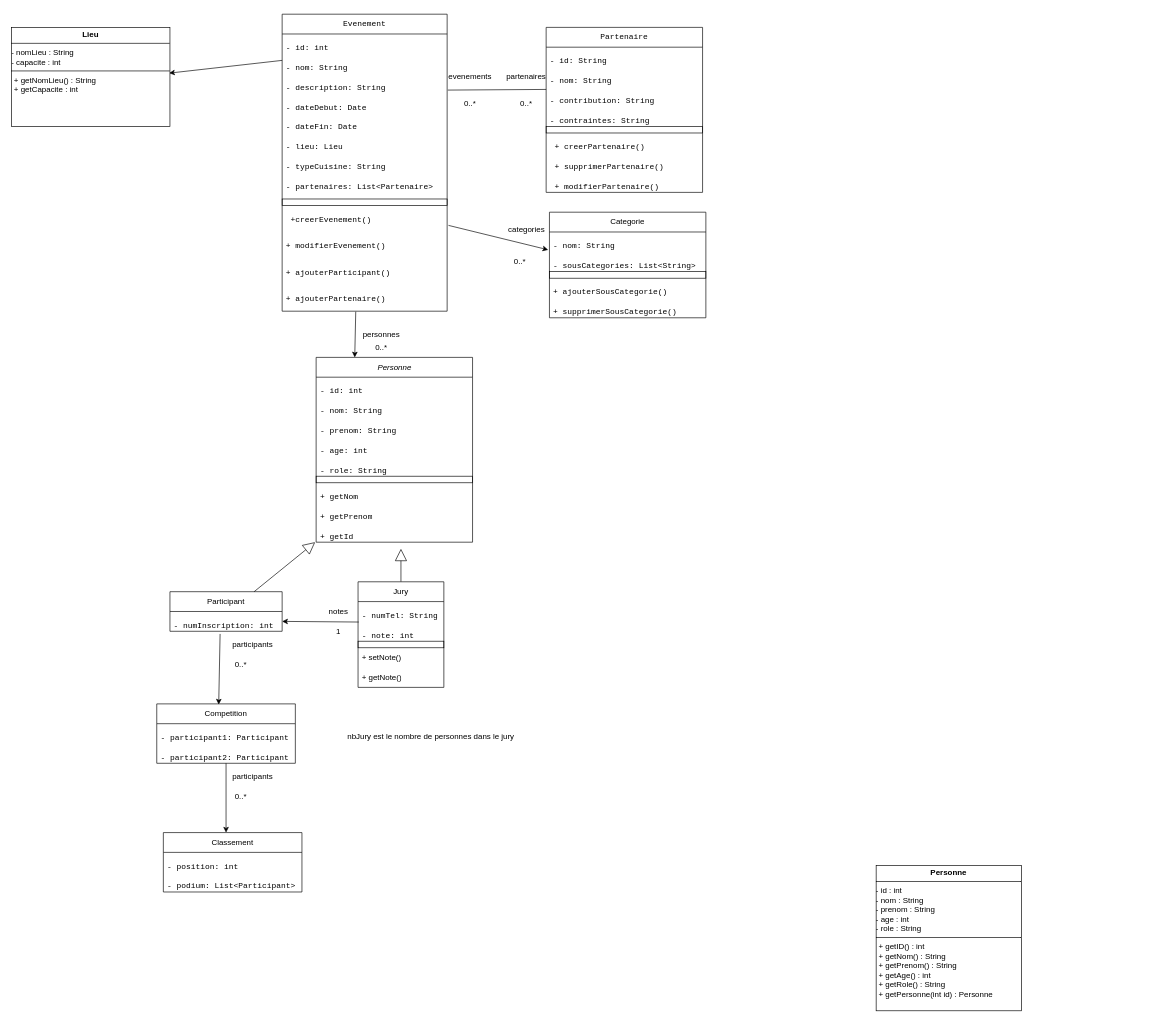
Before: Conception/diagramme de classe méthodes.drawio in CSliveR/Chief-s-Arena, a draw.io diagram. Source tidied: cells renumbered, new cells numbered last; positions are measured from the earlier drawing's top-left corner, leaving out a move shared by most shapes. Both pictures are drawn from the tidied source at 66%, with x=0, y=0 at pixel (11, 14).
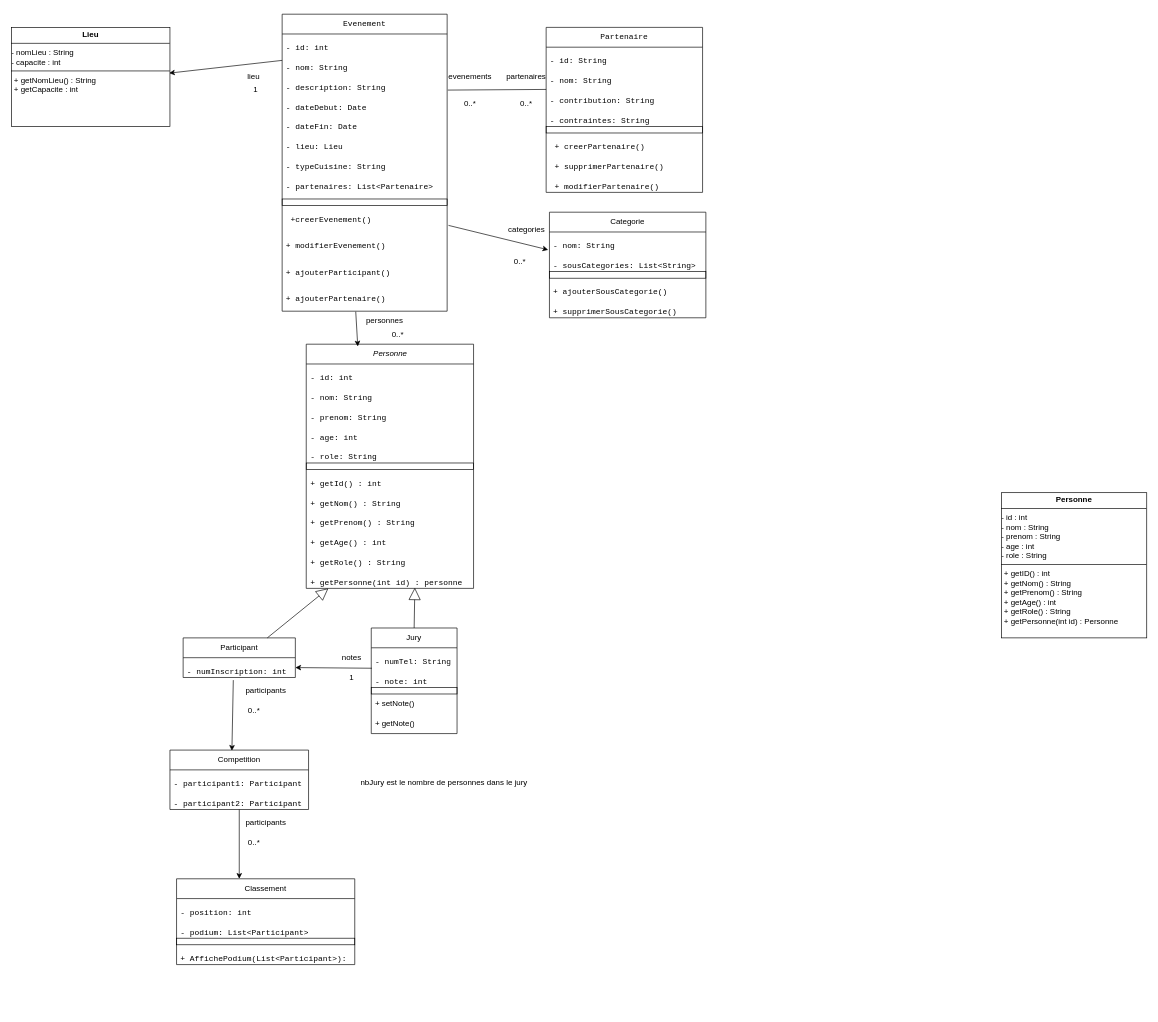
The same diagram, later.

The change refers to these unchanged cells:
```xml
<mxCell id="15" value="&lt;pre&gt;&lt;code class=&quot;!whitespace-pre hljs language-plaintext&quot;&gt;+ ajouterPartenaire()&lt;/code&gt;&lt;/pre&gt;" style="text;strokeColor=none;fillColor=none;align=left;verticalAlign=middle;spacingLeft=4;spacingRight=4;overflow=hidden;points=[[0,0.5],[1,0.5]];portConstraint=eastwest;whiteSpace=wrap;html=1;" parent="2" vertex="1">
  <mxGeometry y="410" width="250" height="40" as="geometry" />
</mxCell>
```

Diff of the diagram source:
```diff
@@
     <mxCell id="27" value="&lt;div&gt;&lt;i&gt;Personne&lt;/i&gt;&lt;/div&gt;" style="swimlane;fontStyle=0;horizontal=1;startSize=30;whiteSpace=wrap;html=1;" parent="1" vertex="1">
-      <mxGeometry x="461.5" y="520" width="237" height="280" as="geometry" />
+      <mxGeometry x="446.5" y="500" width="253.5" height="370" as="geometry" />
     </mxCell>
     <mxCell id="28" value="&lt;pre&gt;&lt;code class=&quot;!whitespace-pre hljs language-plaintext&quot;&gt;- id: int&lt;/code&gt;&lt;/pre&gt;" style="text;strokeColor=none;fillColor=none;align=left;verticalAlign=middle;spacingLeft=4;spacingRight=4;overflow=hidden;whiteSpace=wrap;html=1;" parent="27" vertex="1">
-      <mxGeometry y="30" width="237" height="30" as="geometry" />
+      <mxGeometry y="30" width="253.5" height="30" as="geometry" />
     </mxCell>
     <mxCell id="29" value="&lt;pre&gt;&lt;code class=&quot;!whitespace-pre hljs language-plaintext&quot;&gt;- nom: String&lt;/code&gt;&lt;/pre&gt;" style="text;strokeColor=none;fillColor=none;align=left;verticalAlign=middle;spacingLeft=4;spacingRight=4;overflow=hidden;whiteSpace=wrap;html=1;" parent="27" vertex="1">
-      <mxGeometry y="60" width="237" height="30" as="geometry" />
+      <mxGeometry y="60" width="253.5" height="30" as="geometry" />
     </mxCell>
     <mxCell id="30" value="&lt;pre&gt;&lt;code class=&quot;!whitespace-pre hljs language-plaintext&quot;&gt;- prenom: String&lt;/code&gt;&lt;/pre&gt;" style="text;strokeColor=none;fillColor=none;align=left;verticalAlign=middle;spacingLeft=4;spacingRight=4;overflow=hidden;whiteSpace=wrap;html=1;" parent="27" vertex="1">
-      <mxGeometry y="90" width="237" height="30" as="geometry" />
+      <mxGeometry y="90" width="253.5" height="30" as="geometry" />
     </mxCell>
     <mxCell id="31" value="&lt;pre&gt;&lt;br&gt;&lt;/pre&gt;" style="text;strokeColor=default;fillColor=none;align=left;verticalAlign=middle;spacingLeft=4;spacingRight=4;overflow=hidden;whiteSpace=wrap;html=1;" parent="27" vertex="1">
-      <mxGeometry y="120" width="237" as="geometry" />
+      <mxGeometry y="120" width="253.5" as="geometry" />
     </mxCell>
     <mxCell id="32" value="&lt;pre&gt;&lt;code class=&quot;!whitespace-pre hljs language-plaintext&quot;&gt;- age: int&lt;/code&gt;&lt;/pre&gt;" style="text;strokeColor=none;fillColor=none;align=left;verticalAlign=middle;spacingLeft=4;spacingRight=4;overflow=hidden;whiteSpace=wrap;html=1;" parent="27" vertex="1">
-      <mxGeometry y="120" width="237" height="30" as="geometry" />
+      <mxGeometry y="120" width="253.5" height="30" as="geometry" />
     </mxCell>
     <mxCell id="33" value="&lt;pre&gt;&lt;code class=&quot;!whitespace-pre hljs language-plaintext&quot;&gt;- role: String&lt;/code&gt;&lt;/pre&gt;" style="text;strokeColor=none;fillColor=none;align=left;verticalAlign=middle;spacingLeft=4;spacingRight=4;overflow=hidden;whiteSpace=wrap;html=1;" parent="27" vertex="1">
-      <mxGeometry y="150" width="237" height="30" as="geometry" />
+      <mxGeometry y="150" width="253.5" height="30" as="geometry" />
     </mxCell>
     <mxCell id="34" value="&lt;pre&gt;&lt;code class=&quot;!whitespace-pre hljs language-plaintext&quot;&gt;&lt;br&gt;&lt;/code&gt;&lt;/pre&gt;" style="text;strokeColor=default;fillColor=none;align=left;verticalAlign=middle;spacingLeft=4;spacingRight=4;overflow=hidden;whiteSpace=wrap;html=1;" parent="27" vertex="1">
-      <mxGeometry y="180" width="237" height="10" as="geometry" />
+      <mxGeometry y="180" width="253.5" height="10" as="geometry" />
     </mxCell>
-    <mxCell id="35" value="&lt;pre&gt;&lt;code class=&quot;!whitespace-pre hljs language-plaintext&quot;&gt;+ getNom&lt;/code&gt;&lt;/pre&gt;" style="text;strokeColor=none;fillColor=none;align=left;verticalAlign=middle;spacingLeft=4;spacingRight=4;overflow=hidden;whiteSpace=wrap;html=1;" parent="27" vertex="1">
-      <mxGeometry y="190" width="237" height="30" as="geometry" />
+    <mxCell id="35" value="&lt;pre&gt;&lt;code class=&quot;!whitespace-pre hljs language-plaintext&quot;&gt;+ getId() : int&lt;/code&gt;&lt;/pre&gt;" style="text;strokeColor=none;fillColor=none;align=left;verticalAlign=middle;spacingLeft=4;spacingRight=4;overflow=hidden;whiteSpace=wrap;html=1;" parent="27" vertex="1">
+      <mxGeometry y="190" width="253.5" height="30" as="geometry" />
     </mxCell>
+    <mxCell id="89" value="&lt;pre&gt;&lt;code class=&quot;!whitespace-pre hljs language-plaintext&quot;&gt;+ getNom() : String&lt;/code&gt;&lt;/pre&gt;" style="text;strokeColor=none;fillColor=none;align=left;verticalAlign=middle;spacingLeft=4;spacingRight=4;overflow=hidden;whiteSpace=wrap;html=1;" parent="27" vertex="1">
+      <mxGeometry y="220" width="253.5" height="30" as="geometry" />
+    </mxCell>
-    <mxCell id="36" value="&lt;pre&gt;&lt;code class=&quot;!whitespace-pre hljs language-plaintext&quot;&gt;+ getPrenom&lt;/code&gt;&lt;/pre&gt;" style="text;strokeColor=none;fillColor=none;align=left;verticalAlign=middle;spacingLeft=4;spacingRight=4;overflow=hidden;whiteSpace=wrap;html=1;" parent="27" vertex="1">
-      <mxGeometry y="220" width="237" height="30" as="geometry" />
+    <mxCell id="36" value="&lt;pre&gt;&lt;code class=&quot;!whitespace-pre hljs language-plaintext&quot;&gt;+ getPrenom() : String&lt;/code&gt;&lt;/pre&gt;" style="text;strokeColor=none;fillColor=none;align=left;verticalAlign=middle;spacingLeft=4;spacingRight=4;overflow=hidden;whiteSpace=wrap;html=1;" parent="27" vertex="1">
+      <mxGeometry y="250" width="253.5" height="30" as="geometry" />
     </mxCell>
+    <mxCell id="90" value="&lt;pre&gt;&lt;code class=&quot;!whitespace-pre hljs language-plaintext&quot;&gt;+ getAge() : int&lt;/code&gt;&lt;/pre&gt;" style="text;strokeColor=none;fillColor=none;align=left;verticalAlign=middle;spacingLeft=4;spacingRight=4;overflow=hidden;whiteSpace=wrap;html=1;" parent="27" vertex="1">
+      <mxGeometry y="280" width="253.5" height="30" as="geometry" />
+    </mxCell>
+    <mxCell id="91" value="&lt;pre&gt;&lt;code class=&quot;!whitespace-pre hljs language-plaintext&quot;&gt;+ getRole() : String&lt;/code&gt;&lt;/pre&gt;" style="text;strokeColor=none;fillColor=none;align=left;verticalAlign=middle;spacingLeft=4;spacingRight=4;overflow=hidden;whiteSpace=wrap;html=1;" parent="27" vertex="1">
+      <mxGeometry y="310" width="253.5" height="30" as="geometry" />
+    </mxCell>
-    <mxCell id="37" value="&lt;pre&gt;&lt;code class=&quot;!whitespace-pre hljs language-plaintext&quot;&gt;+ getId&lt;/code&gt;&lt;/pre&gt;" style="text;strokeColor=none;fillColor=none;align=left;verticalAlign=middle;spacingLeft=4;spacingRight=4;overflow=hidden;points=[[0,0.5],[1,0.5]];portConstraint=eastwest;whiteSpace=wrap;html=1;" parent="27" vertex="1">
-      <mxGeometry y="250" width="237" height="30" as="geometry" />
+    <mxCell id="37" value="&lt;pre&gt;&lt;code class=&quot;!whitespace-pre hljs language-plaintext&quot;&gt;+ getPersonne(int id) : personne&lt;/code&gt;&lt;/pre&gt;" style="text;strokeColor=none;fillColor=none;align=left;verticalAlign=middle;spacingLeft=4;spacingRight=4;overflow=hidden;points=[[0,0.5],[1,0.5]];portConstraint=eastwest;whiteSpace=wrap;html=1;" parent="27" vertex="1">
+      <mxGeometry y="340" width="253.5" height="30" as="geometry" />
     </mxCell>
     <mxCell id="38" value="Participant" style="swimlane;fontStyle=0;horizontal=1;startSize=30;whiteSpace=wrap;html=1;" parent="1" vertex="1">
-      <mxGeometry x="240" y="875" width="170" height="60" as="geometry" />
+      <mxGeometry x="260" y="945" width="170" height="60" as="geometry" />
     </mxCell>
@@
     <mxCell id="41" style="endArrow=block;endSize=16;endFill=0;html=1;rounded=0;exitX=0.75;exitY=0;exitDx=0;exitDy=0;" parent="1" edge="1" source="38">
       <mxGeometry relative="1" as="geometry">
-        <mxPoint x="460" y="800" as="targetPoint" />
+        <mxPoint x="480" y="870" as="targetPoint" />
       </mxGeometry>
     </mxCell>
-    <mxCell id="42" style="endArrow=block;endSize=16;endFill=0;html=1;rounded=0;exitX=0.5;exitY=0;exitDx=0;exitDy=0;" parent="1" edge="1" source="43">
-      <mxGeometry relative="1" as="geometry">
-        <mxPoint x="590" y="810" as="targetPoint" />
-      </mxGeometry>
+    <mxCell id="42" style="endArrow=block;endSize=16;endFill=0;html=1;rounded=0;exitX=0.5;exitY=0;exitDx=0;exitDy=0;entryX=0.649;entryY=0.967;entryDx=0;entryDy=0;entryPerimeter=0;" parent="1" edge="1" source="43" target="37">
+      <mxGeometry relative="1" as="geometry" />
     </mxCell>
     <mxCell id="43" value="Jury" style="swimlane;fontStyle=0;horizontal=1;startSize=30;whiteSpace=wrap;html=1;" parent="1" vertex="1">
-      <mxGeometry x="525" y="860" width="130" height="160" as="geometry" />
+      <mxGeometry x="545" y="930" width="130" height="160" as="geometry" />
     </mxCell>
@@
-    <mxCell id="50" style="endArrow=classic;html=1;rounded=0;exitX=0.446;exitY=1.019;exitDx=0;exitDy=0;exitPerimeter=0;" parent="1" edge="1" source="15">
-      <mxGeometry relative="1" as="geometry">
-        <mxPoint x="520" y="520" as="targetPoint" />
-      </mxGeometry>
+    <mxCell id="50" style="endArrow=classic;html=1;rounded=0;exitX=0.446;exitY=1.019;exitDx=0;exitDy=0;exitPerimeter=0;entryX=0.308;entryY=0.009;entryDx=0;entryDy=0;entryPerimeter=0;" parent="1" edge="1" source="15" target="27">
+      <mxGeometry relative="1" as="geometry" />
     </mxCell>
     <mxCell id="51" value="personnes" style="text;html=1;align=center;verticalAlign=middle;strokeColor=none;fillColor=none;" parent="1" vertex="1">
-      <mxGeometry x="520" y="470" width="80" height="30" as="geometry" />
+      <mxGeometry x="525" y="450" width="80" height="30" as="geometry" />
     </mxCell>
     <mxCell id="52" value="&lt;div&gt;0..*&lt;/div&gt;" style="text;html=1;align=center;verticalAlign=middle;strokeColor=none;fillColor=none;" parent="1" vertex="1">
-      <mxGeometry x="540" y="490" width="40" height="30" as="geometry" />
+      <mxGeometry x="565" y="470" width="40" height="30" as="geometry" />
     </mxCell>
     <mxCell id="53" value="notes" style="text;html=1;align=center;verticalAlign=middle;perimeter=rectanglePerimeter;perimeterSpacing=0;imageWidth=24;" parent="1" vertex="1">
-      <mxGeometry x="470" y="890" width="50" height="30" as="geometry" />
+      <mxGeometry x="490" y="960" width="50" height="30" as="geometry" />
     </mxCell>
     <mxCell id="54" value="1" style="text;html=1;align=center;verticalAlign=middle;strokeColor=none;fillColor=none;" parent="1" vertex="1">
-      <mxGeometry x="480" y="920" width="30" height="30" as="geometry" />
+      <mxGeometry x="500" y="990" width="30" height="30" as="geometry" />
     </mxCell>
@@
     <mxCell id="56" value="participants" style="text;html=1;align=center;verticalAlign=middle;strokeColor=none;fillColor=none;" parent="1" vertex="1">
-      <mxGeometry x="320" y="940" width="90" height="30" as="geometry" />
+      <mxGeometry x="340" y="1010" width="90" height="30" as="geometry" />
     </mxCell>
     <mxCell id="57" value="0..*" style="text;html=1;align=center;verticalAlign=middle;strokeColor=none;fillColor=none;" parent="1" vertex="1">
-      <mxGeometry x="327" y="970" width="40" height="30" as="geometry" />
+      <mxGeometry x="347" y="1040" width="40" height="30" as="geometry" />
     </mxCell>
     <mxCell id="58" value="Classement" style="swimlane;fontStyle=0;horizontal=1;startSize=30;whiteSpace=wrap;html=1;" parent="1" vertex="1">
-      <mxGeometry x="230" y="1240" width="210" height="90" as="geometry" />
+      <mxGeometry x="250" y="1310" width="270" height="130" as="geometry" />
     </mxCell>
     <mxCell id="59" value="&lt;pre&gt;&lt;code class=&quot;!whitespace-pre hljs language-plaintext&quot;&gt;- position: int&lt;br&gt;&lt;/code&gt;&lt;/pre&gt;" style="text;strokeColor=none;fillColor=none;align=left;verticalAlign=middle;spacingLeft=4;spacingRight=4;overflow=hidden;whiteSpace=wrap;html=1;" parent="58" vertex="1">
-      <mxGeometry y="30" width="210" height="30" as="geometry" />
+      <mxGeometry y="30" width="270" height="30" as="geometry" />
     </mxCell>
     <mxCell id="60" value="&lt;pre&gt;&lt;br&gt;&lt;/pre&gt;" style="text;strokeColor=default;fillColor=none;align=left;verticalAlign=middle;spacingLeft=4;spacingRight=4;overflow=hidden;whiteSpace=wrap;html=1;" parent="58" vertex="1">
-      <mxGeometry y="60" width="210" as="geometry" />
+      <mxGeometry y="60" width="270" as="geometry" />
     </mxCell>
     <mxCell id="61" value="&lt;pre&gt;&lt;code class=&quot;!whitespace-pre hljs language-plaintext&quot;&gt;- podium: List&amp;lt;Participant&amp;gt;&lt;/code&gt;&lt;/pre&gt;" style="text;strokeColor=none;fillColor=none;align=left;verticalAlign=middle;spacingLeft=4;spacingRight=4;overflow=hidden;whiteSpace=wrap;html=1;" parent="58" vertex="1">
-      <mxGeometry y="60" width="210" height="30" as="geometry" />
+      <mxGeometry y="60" width="270" height="30" as="geometry" />
     </mxCell>
+    <mxCell id="92" style="text;strokeColor=default;fillColor=none;align=left;verticalAlign=middle;spacingLeft=4;spacingRight=4;overflow=hidden;whiteSpace=wrap;html=1;" parent="58" vertex="1">
+      <mxGeometry y="90" width="270" height="10" as="geometry" />
+    </mxCell>
+    <mxCell id="93" value="&lt;pre&gt;&lt;code class=&quot;!whitespace-pre hljs language-plaintext&quot;&gt;+ AffichePodium(&lt;/code&gt;&lt;code class=&quot;!whitespace-pre hljs language-plaintext&quot;&gt;List&amp;lt;Participant&amp;gt;&lt;/code&gt;&lt;code class=&quot;!whitespace-pre hljs language-plaintext&quot;&gt;):&lt;br&gt;&lt;/code&gt;&lt;/pre&gt;" style="text;strokeColor=none;fillColor=none;align=left;verticalAlign=middle;spacingLeft=4;spacingRight=4;overflow=hidden;whiteSpace=wrap;html=1;" parent="58" vertex="1">
+      <mxGeometry y="100" width="270" height="30" as="geometry" />
+    </mxCell>
     <mxCell id="62" value="Competition" style="swimlane;fontStyle=0;horizontal=1;startSize=30;whiteSpace=wrap;html=1;" parent="1" vertex="1">
-      <mxGeometry x="220" y="1045" width="210" height="90" as="geometry" />
+      <mxGeometry x="240" y="1115" width="210" height="90" as="geometry" />
     </mxCell>
@@
     <mxCell id="66" style="endArrow=classic;html=1;rounded=0;exitX=0.5;exitY=1;exitDx=0;exitDy=0;entryX=0.5;entryY=0;entryDx=0;entryDy=0;" parent="1" edge="1" source="62">
       <mxGeometry relative="1" as="geometry">
-        <mxPoint x="325" y="1240" as="targetPoint" />
+        <mxPoint x="345" y="1310" as="targetPoint" />
       </mxGeometry>
     </mxCell>
     <mxCell id="67" value="participants" style="text;html=1;align=center;verticalAlign=middle;strokeColor=none;fillColor=none;" parent="1" vertex="1">
-      <mxGeometry x="320" y="1140" width="90" height="30" as="geometry" />
+      <mxGeometry x="340" y="1210" width="90" height="30" as="geometry" />
     </mxCell>
     <mxCell id="68" value="0..*" style="text;html=1;align=center;verticalAlign=middle;strokeColor=none;fillColor=none;" parent="1" vertex="1">
-      <mxGeometry x="327" y="1170" width="40" height="30" as="geometry" />
+      <mxGeometry x="347" y="1240" width="40" height="30" as="geometry" />
     </mxCell>
     <mxCell id="69" value="&lt;div&gt;nbJury est le nombre de personnes dans le jury&lt;/div&gt;" style="text;html=1;align=center;verticalAlign=middle;strokeColor=none;fillColor=none;" parent="1" vertex="1">
-      <mxGeometry x="490" y="1080" width="290" height="30" as="geometry" />
+      <mxGeometry x="510" y="1150" width="290" height="30" as="geometry" />
     </mxCell>
@@
     <mxCell id="88" value="&lt;p style=&quot;margin:0px;margin-top:4px;text-align:center;&quot;&gt;&lt;b&gt;Personne&lt;/b&gt;&lt;/p&gt;&lt;hr size=&quot;1&quot; style=&quot;border-style:solid;&quot;&gt;&lt;div&gt;- id : int&lt;/div&gt;&lt;div&gt;- nom : String&lt;/div&gt;&lt;div&gt;- prenom : String&lt;/div&gt;&lt;div&gt;- age : int&lt;/div&gt;&lt;div&gt;- role : String&lt;br&gt;&lt;/div&gt;&lt;hr size=&quot;1&quot; style=&quot;border-style:solid;&quot;&gt;&lt;p style=&quot;margin:0px;margin-left:4px;&quot;&gt;+ getID() : int&lt;/p&gt;&lt;p style=&quot;margin:0px;margin-left:4px;&quot;&gt;+ getNom() : String&lt;/p&gt;&lt;p style=&quot;margin:0px;margin-left:4px;&quot;&gt;+ getPrenom() : String&lt;/p&gt;&lt;p style=&quot;margin:0px;margin-left:4px;&quot;&gt;+ getAge() : int&lt;/p&gt;&lt;p style=&quot;margin:0px;margin-left:4px;&quot;&gt;+ getRole() : String&lt;/p&gt;&lt;p style=&quot;margin:0px;margin-left:4px;&quot;&gt;+ getPersonne(int id) : Personne&lt;br&gt;&lt;/p&gt;" style="verticalAlign=top;align=left;overflow=fill;html=1;whiteSpace=wrap;" parent="1" vertex="1">
-      <mxGeometry x="1310" y="1290" width="220" height="220" as="geometry" />
+      <mxGeometry x="1500" y="725" width="220" height="220" as="geometry" />
     </mxCell>
+    <mxCell id="94" value="1" style="text;html=1;align=center;verticalAlign=middle;whiteSpace=wrap;rounded=0;" parent="1" vertex="1">
+      <mxGeometry x="340" y="100" width="60" height="30" as="geometry" />
+    </mxCell>
+    <mxCell id="95" value="lieu" style="text;html=1;align=center;verticalAlign=middle;whiteSpace=wrap;rounded=0;" parent="1" vertex="1">
+      <mxGeometry x="337" y="80" width="60" height="30" as="geometry" />
+    </mxCell>
```
